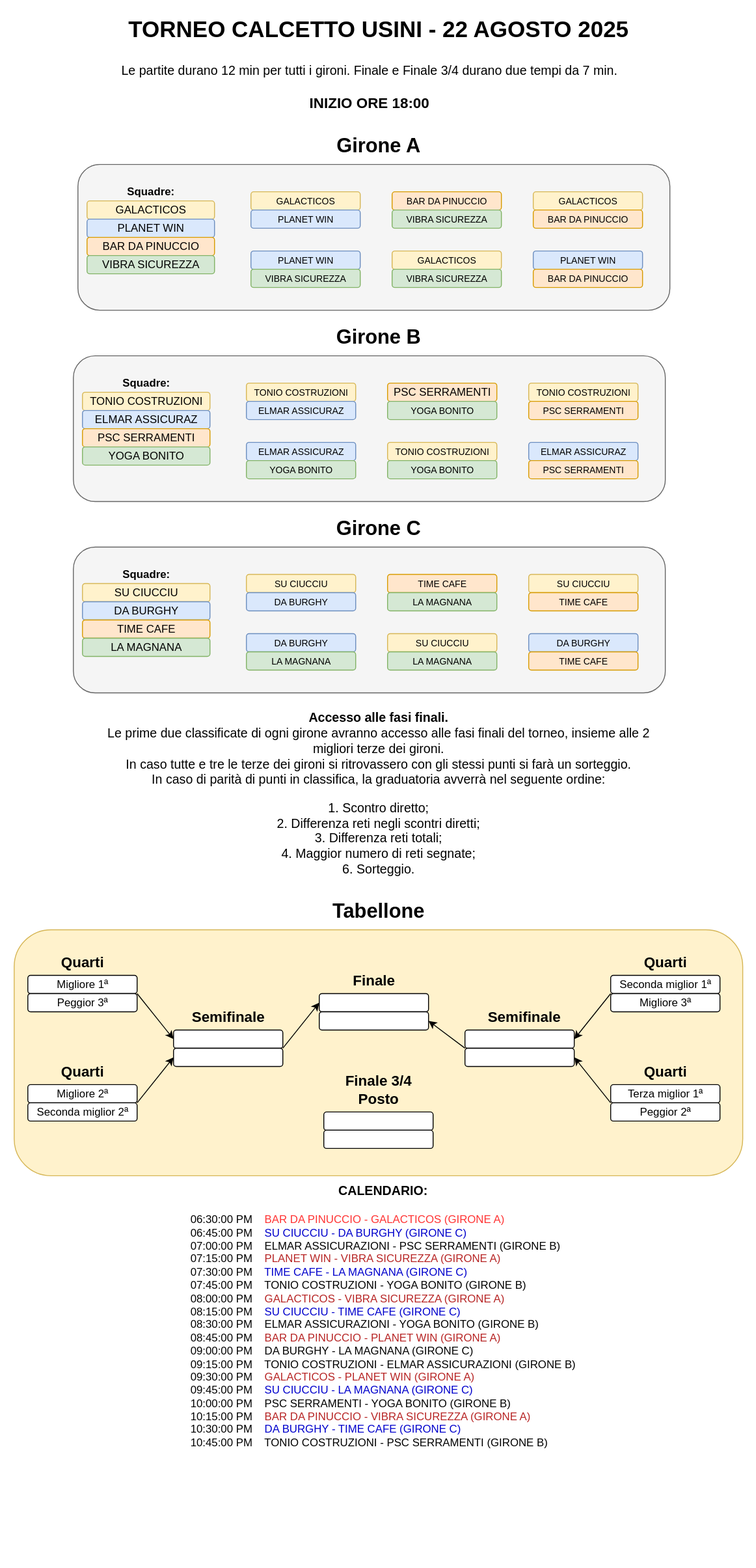
cscalaresu/tornei keeps this draw.io diagram as torneo-calcetto-2-2025/tabellone.svg. Above is the earlier version. Source tidied: cells renumbered, new cells last; positions are measured from the earlier drawing's top-left corner, leaving out a move shared by most shapes.
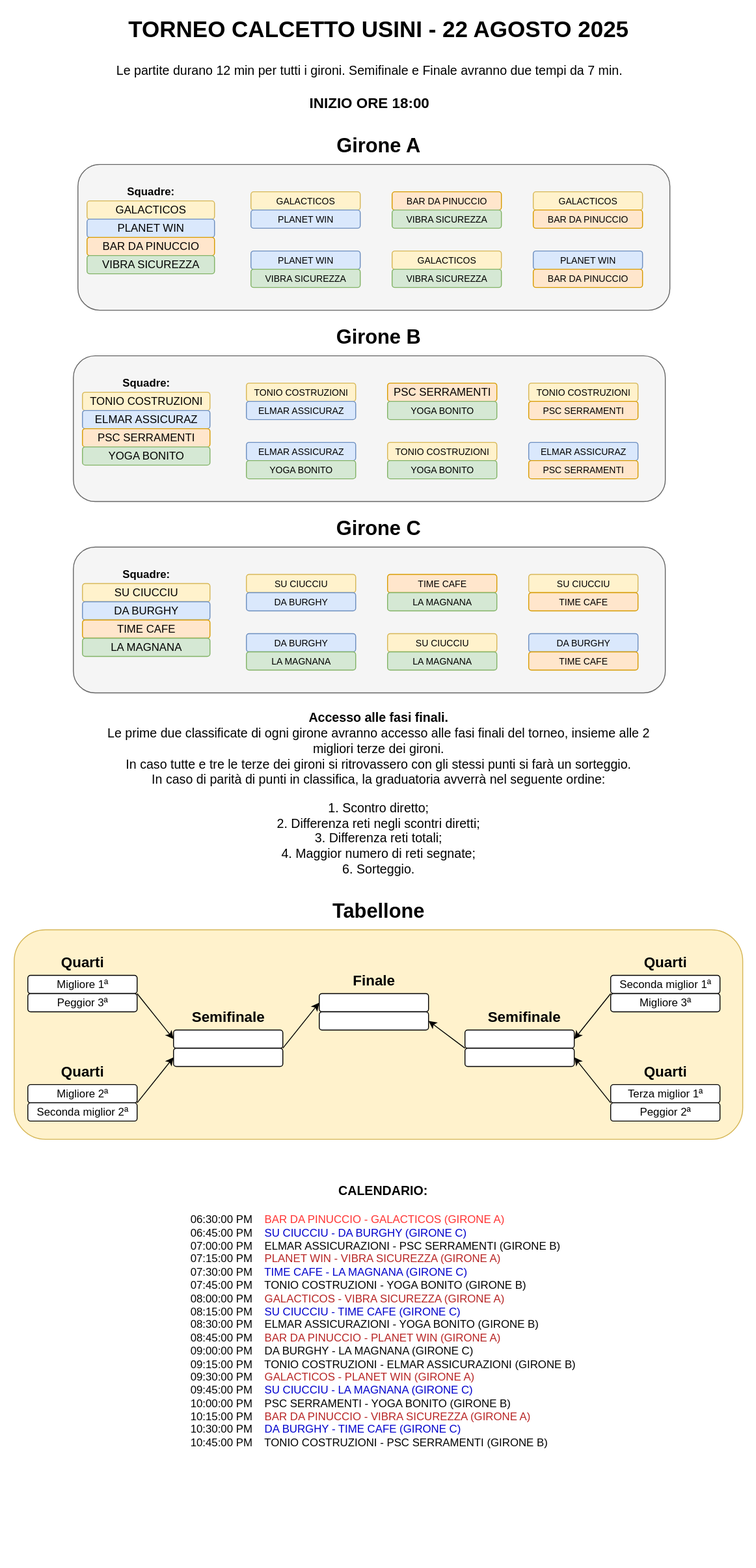
The same diagram one commit later.

Diff of the diagram source:
```diff
@@ -3,7 +3,7 @@
     <mxCell id="0" />
     <mxCell id="1" parent="0" />
     <mxCell id="2" style="rounded=1;whiteSpace=wrap;html=1;fillColor=#fff2cc;strokeColor=#d6b656;" parent="1" vertex="1">
-      <mxGeometry x="15" y="1020" width="800" height="270" as="geometry" />
+      <mxGeometry x="15" y="1020" width="800" height="230" as="geometry" />
     </mxCell>
     <mxCell id="3" value="&lt;font style=&quot;font-size: 22px;&quot;&gt;&lt;b&gt;Girone A&lt;/b&gt;&lt;/font&gt;" style="text;html=1;align=center;verticalAlign=middle;whiteSpace=wrap;rounded=0;" parent="1" vertex="1">
       <mxGeometry x="220" y="150" width="390" height="20" as="geometry" />
@@ -203,16 +203,7 @@
     <mxCell id="68" value="&lt;font style=&quot;font-size: 16px;&quot;&gt;&lt;b&gt;Quarti&lt;/b&gt;&lt;/font&gt;" style="text;html=1;align=center;verticalAlign=middle;whiteSpace=wrap;rounded=0;" parent="1" vertex="1">
       <mxGeometry x="675" y="1040" width="110" height="30" as="geometry" />
     </mxCell>
-    <mxCell id="69" style="rounded=1;whiteSpace=wrap;html=1;" parent="1" vertex="1">
-      <mxGeometry x="355" y="1220" width="120" height="20" as="geometry" />
-    </mxCell>
-    <mxCell id="70" style="rounded=1;whiteSpace=wrap;html=1;" parent="1" vertex="1">
-      <mxGeometry x="355" y="1240" width="120" height="20" as="geometry" />
-    </mxCell>
-    <mxCell id="71" value="&lt;font style=&quot;font-size: 16px;&quot;&gt;&lt;b&gt;Finale 3/4 Posto&lt;/b&gt;&lt;/font&gt;" style="text;html=1;align=center;verticalAlign=middle;whiteSpace=wrap;rounded=0;" parent="1" vertex="1">
-      <mxGeometry x="360" y="1180" width="110" height="30" as="geometry" />
-    </mxCell>
-    <mxCell id="72" value="&lt;div&gt;&lt;font style=&quot;font-size: 14px;&quot;&gt;Le partite durano 12 min per tutti i gironi. Finale e Finale 3/4 durano due tempi da 7 min.&lt;/font&gt;&lt;/div&gt;&lt;div&gt;&lt;font style=&quot;font-size: 14px;&quot;&gt;&lt;br&gt;&lt;/font&gt;&lt;/div&gt;&lt;div&gt;&lt;font style=&quot;font-size: 16px;&quot;&gt;&lt;b&gt;INIZIO ORE 18:00&lt;/b&gt;&lt;/font&gt;&lt;/div&gt;" style="text;html=1;align=center;verticalAlign=middle;whiteSpace=wrap;rounded=0;" parent="1" vertex="1">
+    <mxCell id="72" value="&lt;div&gt;&lt;font style=&quot;font-size: 14px;&quot;&gt;Le partite durano 12 min per tutti i gironi. Semifinale e Finale avranno due tempi da 7 min.&lt;/font&gt;&lt;/div&gt;&lt;div&gt;&lt;font style=&quot;font-size: 14px;&quot;&gt;&lt;br&gt;&lt;/font&gt;&lt;/div&gt;&lt;div&gt;&lt;font style=&quot;font-size: 16px;&quot;&gt;&lt;b&gt;INIZIO ORE 18:00&lt;/b&gt;&lt;/font&gt;&lt;/div&gt;" style="text;html=1;align=center;verticalAlign=middle;whiteSpace=wrap;rounded=0;" parent="1" vertex="1">
       <mxGeometry x="75" y="70" width="660" height="50" as="geometry" />
     </mxCell>
     <mxCell id="73" value="&lt;font style=&quot;font-size: 16px;&quot;&gt;&lt;b&gt;Quarti&lt;/b&gt;&lt;/font&gt;" style="text;html=1;align=center;verticalAlign=middle;whiteSpace=wrap;rounded=0;" parent="1" vertex="1">
```
